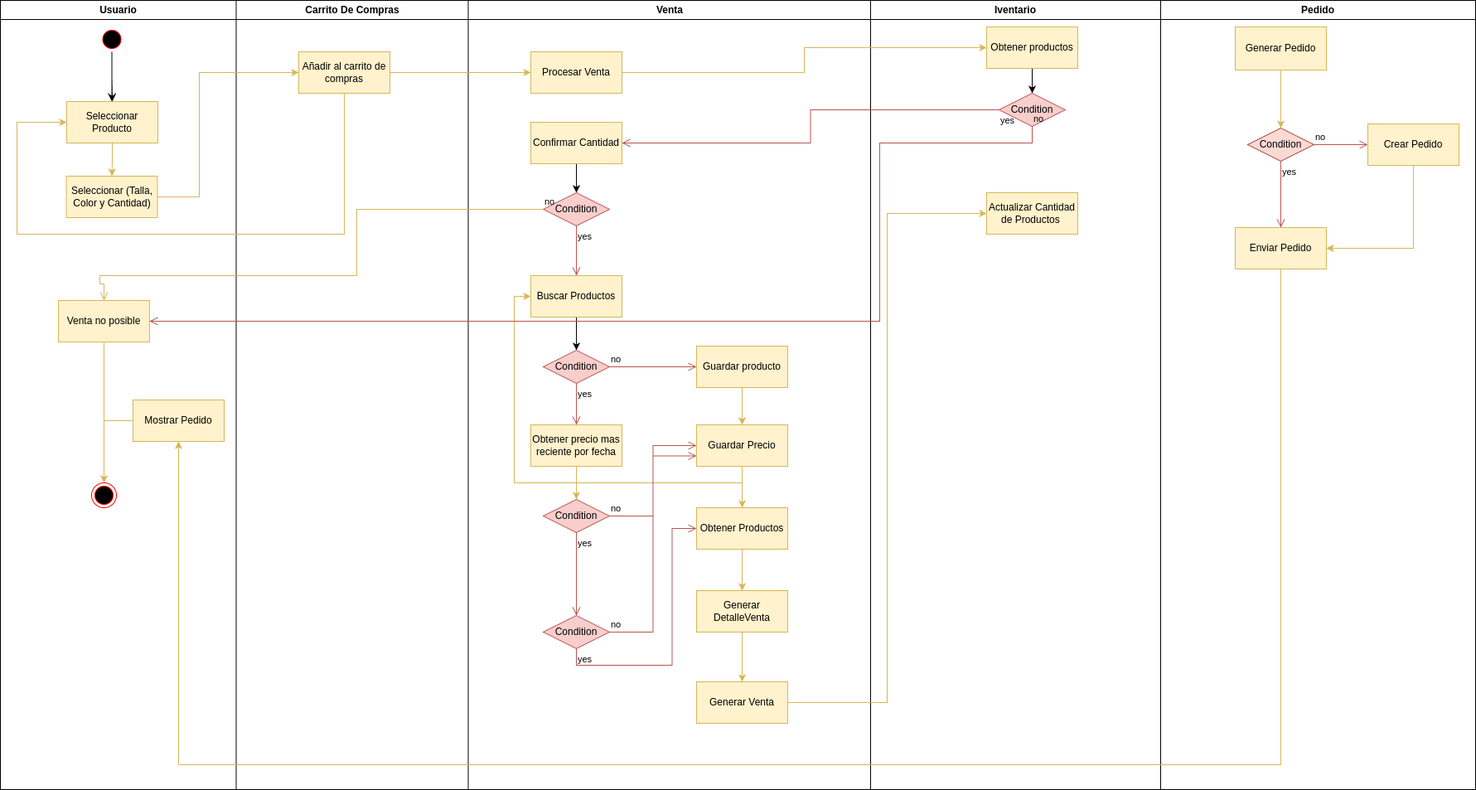
Gilgamesh06/Ecommerce keeps this draw.io diagram as Diagramas/UML/Actividades/Pedidos.png. Above is the earlier version. Source tidied: cells renumbered, new cells last; positions are measured from the earlier drawing's top-left corner, leaving out a move shared by most shapes.
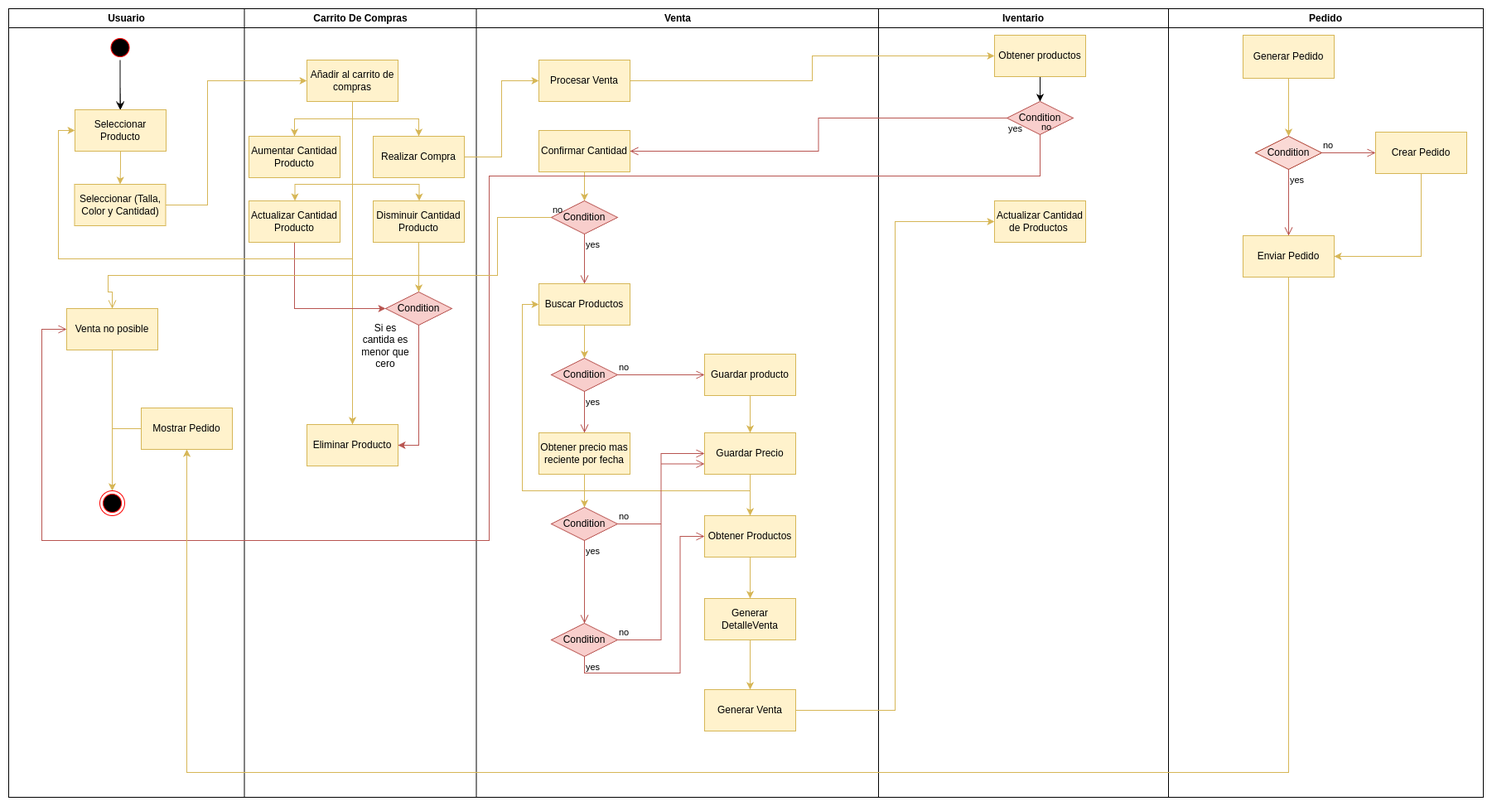
After the change.

Commit message:
Se actualizo diagramas y Documentacion

What changed in the source:
```diff
@@ -43,16 +43,71 @@
     <mxCell id="14" value="Carrito De Compras" style="swimlane;whiteSpace=wrap;" parent="1" vertex="1">
       <mxGeometry x="284.5" width="280" height="952" as="geometry" />
     </mxCell>
+    <mxCell id="68" style="edgeStyle=orthogonalEdgeStyle;rounded=0;jettySize=auto;html=1;exitX=0.5;exitY=1;exitDx=0;exitDy=0;entryX=0.5;entryY=0;entryDx=0;entryDy=0;fillColor=#fff2cc;strokeColor=#d6b656;" parent="14" edge="1" source="15" target="73">
+      <mxGeometry relative="1" as="geometry" />
+    </mxCell>
+    <mxCell id="69" style="edgeStyle=orthogonalEdgeStyle;rounded=0;jettySize=auto;html=1;exitX=0.5;exitY=1;exitDx=0;exitDy=0;fillColor=#fff2cc;strokeColor=#d6b656;" parent="14" edge="1" source="15" target="75">
+      <mxGeometry relative="1" as="geometry">
+        <Array as="points">
+          <mxPoint x="131" y="212" />
+          <mxPoint x="211" y="212" />
+        </Array>
+      </mxGeometry>
+    </mxCell>
+    <mxCell id="70" style="edgeStyle=orthogonalEdgeStyle;rounded=0;jettySize=auto;html=1;exitX=0.5;exitY=1;exitDx=0;exitDy=0;fillColor=#fff2cc;strokeColor=#d6b656;" parent="14" edge="1" source="15" target="77">
+      <mxGeometry relative="1" as="geometry">
+        <Array as="points">
+          <mxPoint x="131" y="212" />
+          <mxPoint x="61" y="212" />
+        </Array>
+      </mxGeometry>
+    </mxCell>
+    <mxCell id="71" style="edgeStyle=orthogonalEdgeStyle;rounded=0;jettySize=auto;html=1;exitX=0.5;exitY=1;exitDx=0;exitDy=0;fillColor=#fff2cc;strokeColor=#d6b656;" parent="14" edge="1" source="15" target="79">
+      <mxGeometry relative="1" as="geometry" />
+    </mxCell>
+    <mxCell id="72" style="edgeStyle=orthogonalEdgeStyle;rounded=0;jettySize=auto;html=1;exitX=0.5;exitY=1;exitDx=0;exitDy=0;fillColor=#fff2cc;strokeColor=#d6b656;" parent="14" edge="1" source="15" target="78">
+      <mxGeometry relative="1" as="geometry" />
+    </mxCell>
     <mxCell id="15" value="Añadir al carrito de compras" style="html=1;whiteSpace=wrap;fillColor=#fff2cc;strokeColor=#d6b656;" parent="14" vertex="1">
       <mxGeometry x="75.5" y="62" width="110" height="50" as="geometry" />
     </mxCell>
+    <mxCell id="73" value="Aumentar Cantidad Producto" style="html=1;whiteSpace=wrap;fillColor=#fff2cc;strokeColor=#d6b656;" parent="14" vertex="1">
+      <mxGeometry x="5.5" y="154" width="110" height="50" as="geometry" />
+    </mxCell>
+    <mxCell id="74" style="edgeStyle=orthogonalEdgeStyle;rounded=0;jettySize=auto;html=1;exitX=0.5;exitY=1;exitDx=0;exitDy=0;entryX=0.5;entryY=0;entryDx=0;entryDy=0;fillColor=#fff2cc;strokeColor=#d6b656;" parent="14" edge="1" source="75" target="81">
+      <mxGeometry relative="1" as="geometry" />
+    </mxCell>
+    <mxCell id="75" value="Disminuir Cantidad Producto" style="html=1;whiteSpace=wrap;fillColor=#fff2cc;strokeColor=#d6b656;" parent="14" vertex="1">
+      <mxGeometry x="155.5" y="232" width="110" height="50" as="geometry" />
+    </mxCell>
+    <mxCell id="76" style="edgeStyle=orthogonalEdgeStyle;rounded=0;jettySize=auto;html=1;exitX=0.5;exitY=1;exitDx=0;exitDy=0;entryX=0;entryY=0.5;entryDx=0;entryDy=0;fillColor=#f8cecc;strokeColor=#b85450;" parent="14" edge="1" source="77" target="81">
+      <mxGeometry relative="1" as="geometry" />
+    </mxCell>
+    <mxCell id="77" value="Actualizar Cantidad Producto" style="html=1;whiteSpace=wrap;fillColor=#fff2cc;strokeColor=#d6b656;" parent="14" vertex="1">
+      <mxGeometry x="5.5" y="232" width="110" height="50" as="geometry" />
+    </mxCell>
+    <mxCell id="78" value="Eliminar Producto" style="html=1;whiteSpace=wrap;fillColor=#fff2cc;strokeColor=#d6b656;" parent="14" vertex="1">
+      <mxGeometry x="75.5" y="502" width="110" height="50" as="geometry" />
+    </mxCell>
+    <mxCell id="79" value="Realizar Compra" style="html=1;whiteSpace=wrap;fillColor=#fff2cc;strokeColor=#d6b656;" parent="14" vertex="1">
+      <mxGeometry x="155.5" y="154" width="110" height="50" as="geometry" />
+    </mxCell>
+    <mxCell id="80" style="edgeStyle=orthogonalEdgeStyle;rounded=0;jettySize=auto;html=1;exitX=0.5;exitY=1;exitDx=0;exitDy=0;entryX=1;entryY=0.5;entryDx=0;entryDy=0;fillColor=#f8cecc;strokeColor=#b85450;" parent="14" edge="1" source="81" target="78">
+      <mxGeometry relative="1" as="geometry" />
+    </mxCell>
+    <mxCell id="81" value="Condition" style="rhombus;whiteSpace=wrap;html=1;fillColor=#f8cecc;strokeColor=#b85450;" parent="14" vertex="1">
+      <mxGeometry x="170.5" y="342" width="80" height="40" as="geometry" />
+    </mxCell>
+    <mxCell id="82" value="Si es cantida es menor que cero" style="text;html=1;align=center;verticalAlign=middle;whiteSpace=wrap;rounded=0;" parent="14" vertex="1">
+      <mxGeometry x="140.5" y="392" width="60" height="30" as="geometry" />
+    </mxCell>
     <mxCell id="16" value="Venta" style="swimlane;whiteSpace=wrap;" parent="1" vertex="1">
       <mxGeometry x="564.5" width="485.5" height="952" as="geometry" />
     </mxCell>
     <mxCell id="17" value="Procesar Venta" style="html=1;whiteSpace=wrap;fillColor=#fff2cc;strokeColor=#d6b656;" parent="16" vertex="1">
       <mxGeometry x="75.5" y="62" width="110" height="50" as="geometry" />
     </mxCell>
-    <mxCell id="18" style="edgeStyle=orthogonalEdgeStyle;rounded=0;jettySize=auto;html=1;exitX=0.5;exitY=1;exitDx=0;exitDy=0;entryX=0.5;entryY=0;entryDx=0;entryDy=0;" parent="16" edge="1" source="19" target="20">
+    <mxCell id="18" style="edgeStyle=orthogonalEdgeStyle;rounded=0;jettySize=auto;html=1;exitX=0.5;exitY=1;exitDx=0;exitDy=0;entryX=0.5;entryY=0;entryDx=0;entryDy=0;fillColor=#fff2cc;strokeColor=#d6b656;" parent="16" edge="1" source="19" target="20">
       <mxGeometry relative="1" as="geometry" />
     </mxCell>
     <mxCell id="19" value="Confirmar Cantidad" style="html=1;whiteSpace=wrap;fillColor=#fff2cc;strokeColor=#d6b656;" parent="16" vertex="1">
@@ -64,7 +119,7 @@
     <mxCell id="21" value="yes" style="edgeStyle=orthogonalEdgeStyle;html=1;align=left;verticalAlign=top;endArrow=open;endSize=8;strokeColor=#b85450;rounded=0;fillColor=#f8cecc;entryX=0.5;entryY=0;entryDx=0;entryDy=0;" parent="16" edge="1" source="20" target="23">
       <mxGeometry x="-1" relative="1" as="geometry" />
     </mxCell>
-    <mxCell id="22" style="edgeStyle=orthogonalEdgeStyle;rounded=0;jettySize=auto;html=1;exitX=0.5;exitY=1;exitDx=0;exitDy=0;" parent="16" edge="1" source="23" target="24">
+    <mxCell id="22" style="edgeStyle=orthogonalEdgeStyle;rounded=0;jettySize=auto;html=1;exitX=0.5;exitY=1;exitDx=0;exitDy=0;fillColor=#fff2cc;strokeColor=#d6b656;" parent="16" edge="1" source="23" target="24">
       <mxGeometry relative="1" as="geometry" />
     </mxCell>
     <mxCell id="23" value="Buscar Productos" style="html=1;whiteSpace=wrap;fillColor=#fff2cc;strokeColor=#d6b656;" parent="16" vertex="1">
@@ -181,15 +236,6 @@
     <mxCell id="58" value="Enviar Pedido" style="html=1;whiteSpace=wrap;fillColor=#fff2cc;strokeColor=#d6b656;" parent="50" vertex="1">
       <mxGeometry x="90" y="274" width="110" height="50" as="geometry" />
     </mxCell>
-    <mxCell id="59" style="edgeStyle=orthogonalEdgeStyle;rounded=0;jettySize=auto;html=1;exitX=0.5;exitY=1;exitDx=0;exitDy=0;entryX=0;entryY=0.5;entryDx=0;entryDy=0;fillColor=#fff2cc;strokeColor=#d6b656;" parent="1" edge="1" source="15" target="7">
-      <mxGeometry relative="1" as="geometry">
-        <Array as="points">
-          <mxPoint x="415" y="282" />
-          <mxPoint x="20" y="282" />
-          <mxPoint x="20" y="147" />
-        </Array>
-      </mxGeometry>
-    </mxCell>
     <mxCell id="60" style="edgeStyle=orthogonalEdgeStyle;rounded=0;jettySize=auto;html=1;exitX=1;exitY=0.5;exitDx=0;exitDy=0;entryX=0;entryY=0.5;entryDx=0;entryDy=0;fillColor=#fff2cc;strokeColor=#d6b656;" parent="1" edge="1" source="8" target="15">
       <mxGeometry relative="1" as="geometry">
         <Array as="points">
@@ -201,14 +247,14 @@
     <mxCell id="61" style="edgeStyle=orthogonalEdgeStyle;rounded=0;jettySize=auto;html=1;exitX=1;exitY=0.5;exitDx=0;exitDy=0;entryX=0;entryY=0.5;entryDx=0;entryDy=0;fillColor=#fff2cc;strokeColor=#d6b656;" parent="1" edge="1" source="17" target="47">
       <mxGeometry relative="1" as="geometry" />
     </mxCell>
-    <mxCell id="62" style="edgeStyle=orthogonalEdgeStyle;rounded=0;jettySize=auto;html=1;exitX=1;exitY=0.5;exitDx=0;exitDy=0;entryX=0;entryY=0.5;entryDx=0;entryDy=0;fillColor=#fff2cc;strokeColor=#d6b656;" parent="1" edge="1" source="15" target="17">
-      <mxGeometry relative="1" as="geometry" />
-    </mxCell>
-    <mxCell id="63" value="no" style="edgeStyle=orthogonalEdgeStyle;html=1;align=left;verticalAlign=bottom;endArrow=open;endSize=8;strokeColor=#b85450;rounded=0;fillColor=#f8cecc;entryX=1;entryY=0.5;entryDx=0;entryDy=0;labelBackgroundColor=none;" parent="1" edge="1" source="48" target="10">
+    <mxCell id="63" value="no" style="edgeStyle=orthogonalEdgeStyle;html=1;align=left;verticalAlign=bottom;endArrow=open;endSize=8;strokeColor=#b85450;rounded=0;fillColor=#f8cecc;entryX=0;entryY=0.5;entryDx=0;entryDy=0;labelBackgroundColor=none;" parent="1" edge="1" source="48" target="10">
       <mxGeometry x="-1" relative="1" as="geometry">
         <Array as="points">
-          <mxPoint x="1061" y="172" />
-          <mxPoint x="1061" y="387" />
+          <mxPoint x="1245" y="202" />
+          <mxPoint x="580" y="202" />
+          <mxPoint x="580" y="642" />
+          <mxPoint x="40" y="642" />
+          <mxPoint x="40" y="387" />
         </Array>
       </mxGeometry>
     </mxCell>
@@ -218,9 +264,9 @@
     <mxCell id="65" value="no" style="edgeStyle=orthogonalEdgeStyle;html=1;align=left;verticalAlign=bottom;endArrow=open;endSize=8;strokeColor=#d6b656;rounded=0;fillColor=#fff2cc;labelBackgroundColor=none;entryX=0.5;entryY=0;entryDx=0;entryDy=0;" parent="1" edge="1" source="20" target="10">
       <mxGeometry x="-1" relative="1" as="geometry">
         <Array as="points">
-          <mxPoint x="430" y="252" />
-          <mxPoint x="430" y="332" />
-          <mxPoint x="120" y="332" />
+          <mxPoint x="590" y="252" />
+          <mxPoint x="590" y="322" />
+          <mxPoint x="120" y="322" />
           <mxPoint x="120" y="342" />
           <mxPoint x="125" y="342" />
         </Array>
@@ -237,5 +283,17 @@
         </Array>
       </mxGeometry>
     </mxCell>
+    <mxCell id="59" style="edgeStyle=orthogonalEdgeStyle;rounded=0;jettySize=auto;html=1;exitX=0.5;exitY=1;exitDx=0;exitDy=0;entryX=0;entryY=0.5;entryDx=0;entryDy=0;fillColor=#fff2cc;strokeColor=#d6b656;" parent="1" edge="1" source="15" target="7">
+      <mxGeometry relative="1" as="geometry">
+        <Array as="points">
+          <mxPoint x="415" y="302" />
+          <mxPoint x="60" y="302" />
+          <mxPoint x="60" y="147" />
+        </Array>
+      </mxGeometry>
+    </mxCell>
+    <mxCell id="83" style="edgeStyle=orthogonalEdgeStyle;rounded=0;jettySize=auto;html=1;exitX=1;exitY=0.5;exitDx=0;exitDy=0;entryX=0;entryY=0.5;entryDx=0;entryDy=0;fillColor=#fff2cc;strokeColor=#d6b656;" parent="1" edge="1" source="79" target="17">
+      <mxGeometry relative="1" as="geometry" />
+    </mxCell>
   </root>
 </mxGraphModel>
```
